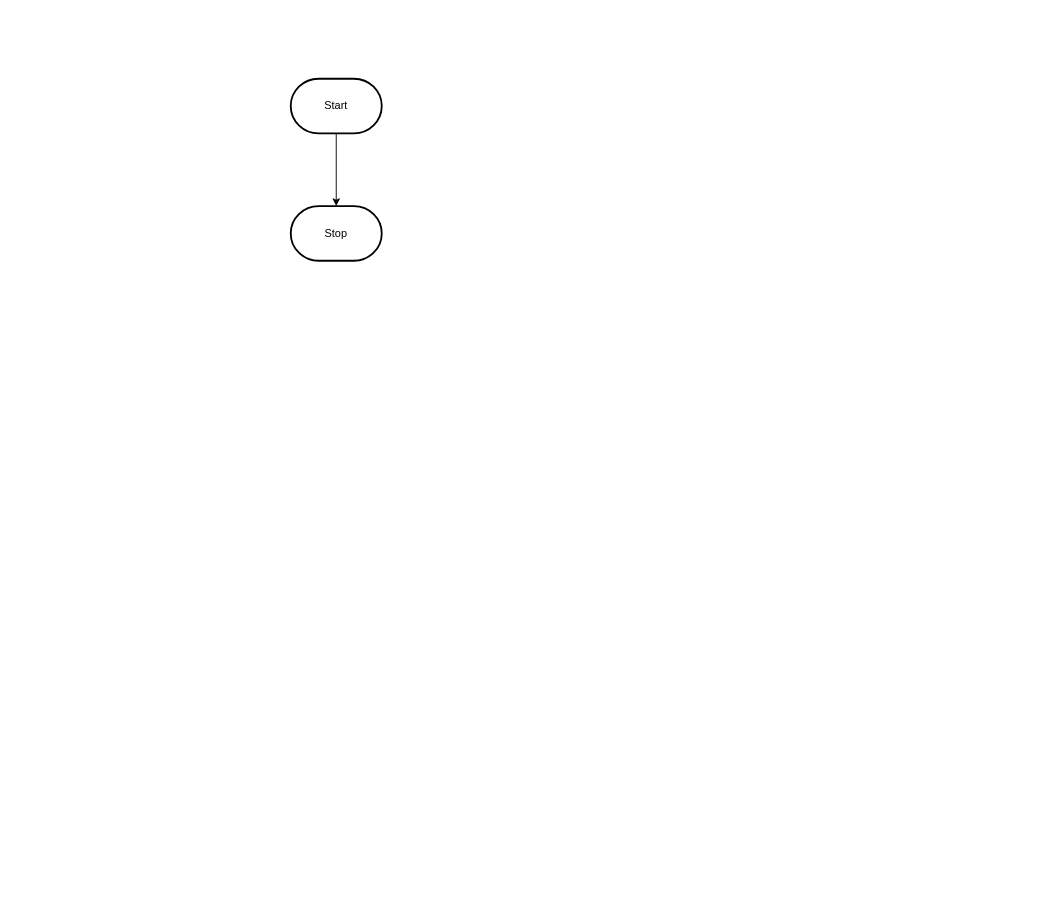
MTHS-TEJ2O-1-2023/TEJ2O-Unit-2-11-michael-bruneau keeps this draw.io diagram as design/flowchart.drawio. Above is the earlier version. Source tidied: cells renumbered, new cells numbered last; positions are measured from the earlier drawing's top-left corner, leaving out a move shared by most shapes. Both pictures are drawn from the tidied source at 91%, with x=0, y=0 at pixel (290, 78).
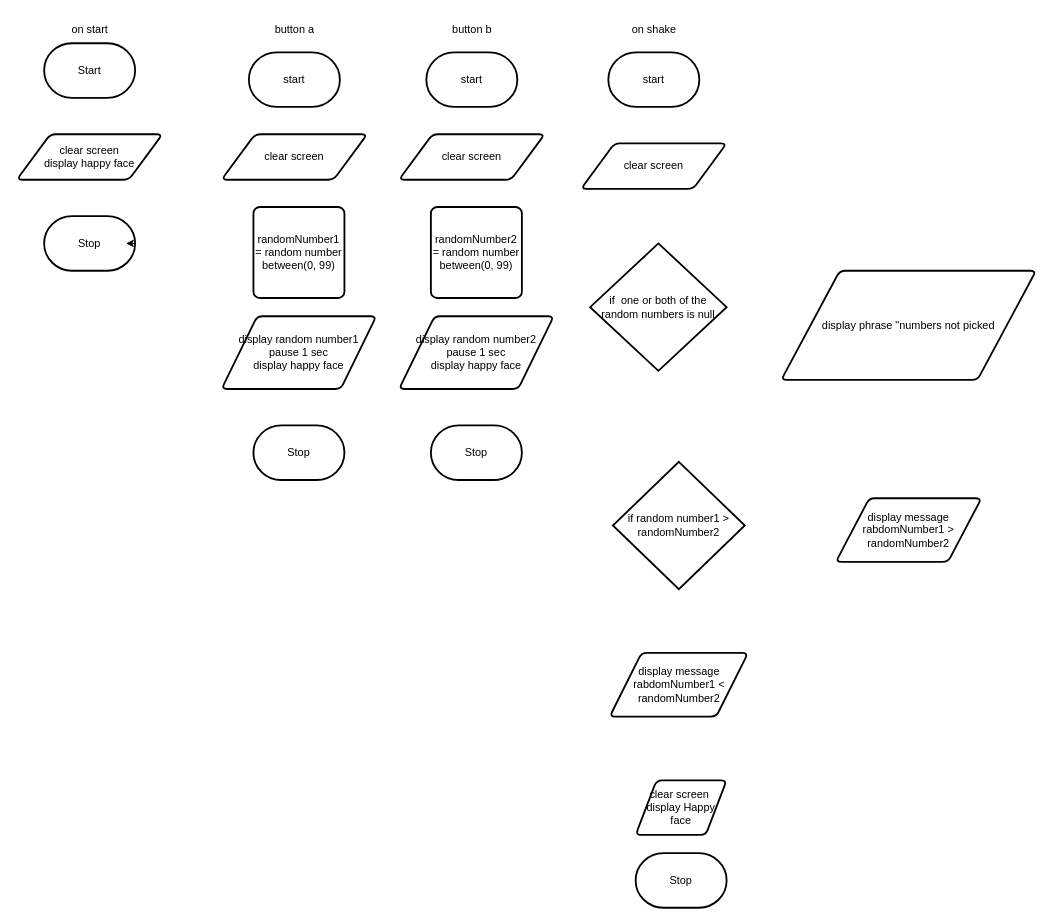
Above is the later version.

What changed in the source:
```diff
@@
-    <mxCell id="2" style="edgeStyle=orthogonalEdgeStyle;html=1;rounded=0;" parent="1" edge="1" source="3" target="4">
-      <mxGeometry relative="1" as="geometry" />
-    </mxCell>
     <mxCell id="3" value="Start" style="strokeWidth=2;html=1;shape=mxgraph.flowchart.terminator;whiteSpace=wrap;" parent="1" vertex="1">
-      <mxGeometry width="100" height="60" as="geometry" />
+      <mxGeometry x="-271" y="-39" width="100" height="60" as="geometry" />
     </mxCell>
     <mxCell id="4" value="Stop" style="strokeWidth=2;html=1;shape=mxgraph.flowchart.terminator;whiteSpace=wrap;" parent="1" vertex="1">
-      <mxGeometry y="140" width="100" height="60" as="geometry" />
+      <mxGeometry x="-271" y="151" width="100" height="60" as="geometry" />
     </mxCell>
+    <mxCell id="2" value="clear screen&lt;br&gt;display happy face" style="shape=parallelogram;html=1;strokeWidth=2;perimeter=parallelogramPerimeter;whiteSpace=wrap;rounded=1;arcSize=12;size=0.23;" parent="1" vertex="1">
+      <mxGeometry x="-301" y="61" width="160" height="50" as="geometry" />
+    </mxCell>
+    <mxCell id="5" value="on start" style="text;html=1;align=center;verticalAlign=middle;strokeColor=none;fillColor=none;" parent="1" vertex="1">
+      <mxGeometry x="-251" y="-69" width="60" height="30" as="geometry" />
+    </mxCell>
+    <mxCell id="6" value="start" style="strokeWidth=2;html=1;shape=mxgraph.flowchart.terminator;whiteSpace=wrap;" parent="1" vertex="1">
+      <mxGeometry x="-46" y="-29" width="100" height="60" as="geometry" />
+    </mxCell>
+    <mxCell id="7" value="Stop" style="strokeWidth=2;html=1;shape=mxgraph.flowchart.terminator;whiteSpace=wrap;" parent="1" vertex="1">
+      <mxGeometry x="-41" y="381" width="100" height="60" as="geometry" />
+    </mxCell>
+    <mxCell id="8" value="button a" style="text;html=1;align=center;verticalAlign=middle;strokeColor=none;fillColor=none;" parent="1" vertex="1">
+      <mxGeometry x="-31" y="-69" width="70" height="30" as="geometry" />
+    </mxCell>
+    <mxCell id="9" value="clear screen&lt;br&gt;" style="shape=parallelogram;html=1;strokeWidth=2;perimeter=parallelogramPerimeter;whiteSpace=wrap;rounded=1;arcSize=12;size=0.23;" parent="1" vertex="1">
+      <mxGeometry x="-76" y="61" width="160" height="50" as="geometry" />
+    </mxCell>
+    <mxCell id="10" style="edgeStyle=none;html=1;exitX=1;exitY=0.5;exitDx=0;exitDy=0;exitPerimeter=0;entryX=0.9;entryY=0.5;entryDx=0;entryDy=0;entryPerimeter=0;" parent="1" edge="1" source="4" target="4">
+      <mxGeometry relative="1" as="geometry" />
+    </mxCell>
+    <mxCell id="11" value="randomNumber1 = random number between(0, 99)" style="rounded=1;whiteSpace=wrap;html=1;absoluteArcSize=1;arcSize=14;strokeWidth=2;" parent="1" vertex="1">
+      <mxGeometry x="-41" y="141" width="100" height="100" as="geometry" />
+    </mxCell>
+    <mxCell id="12" value="display random number1&lt;br&gt;pause 1 sec&lt;br&gt;display happy face" style="shape=parallelogram;html=1;strokeWidth=2;perimeter=parallelogramPerimeter;whiteSpace=wrap;rounded=1;arcSize=12;size=0.23;" parent="1" vertex="1">
+      <mxGeometry x="-76" y="261" width="170" height="80" as="geometry" />
+    </mxCell>
+    <mxCell id="13" value="start" style="strokeWidth=2;html=1;shape=mxgraph.flowchart.terminator;whiteSpace=wrap;" parent="1" vertex="1">
+      <mxGeometry x="149" y="-29" width="100" height="60" as="geometry" />
+    </mxCell>
+    <mxCell id="14" value="Stop" style="strokeWidth=2;html=1;shape=mxgraph.flowchart.terminator;whiteSpace=wrap;" parent="1" vertex="1">
+      <mxGeometry x="154" y="381" width="100" height="60" as="geometry" />
+    </mxCell>
+    <mxCell id="15" value="button b" style="text;html=1;align=center;verticalAlign=middle;strokeColor=none;fillColor=none;" parent="1" vertex="1">
+      <mxGeometry x="164" y="-69" width="70" height="30" as="geometry" />
+    </mxCell>
+    <mxCell id="16" value="clear screen&lt;br&gt;" style="shape=parallelogram;html=1;strokeWidth=2;perimeter=parallelogramPerimeter;whiteSpace=wrap;rounded=1;arcSize=12;size=0.23;" parent="1" vertex="1">
+      <mxGeometry x="119" y="61" width="160" height="50" as="geometry" />
+    </mxCell>
+    <mxCell id="17" value="randomNumber2 = random number between(0, 99)" style="rounded=1;whiteSpace=wrap;html=1;absoluteArcSize=1;arcSize=14;strokeWidth=2;" parent="1" vertex="1">
+      <mxGeometry x="154" y="141" width="100" height="100" as="geometry" />
+    </mxCell>
+    <mxCell id="18" value="display random number2&lt;br&gt;pause 1 sec&lt;br&gt;display happy face" style="shape=parallelogram;html=1;strokeWidth=2;perimeter=parallelogramPerimeter;whiteSpace=wrap;rounded=1;arcSize=12;size=0.23;" parent="1" vertex="1">
+      <mxGeometry x="119" y="261" width="170" height="80" as="geometry" />
+    </mxCell>
+    <mxCell id="19" value="Stop" style="strokeWidth=2;html=1;shape=mxgraph.flowchart.terminator;whiteSpace=wrap;" parent="1" vertex="1">
+      <mxGeometry x="379" y="851" width="100" height="60" as="geometry" />
+    </mxCell>
+    <mxCell id="20" value="start" style="strokeWidth=2;html=1;shape=mxgraph.flowchart.terminator;whiteSpace=wrap;" parent="1" vertex="1">
+      <mxGeometry x="349" y="-29" width="100" height="60" as="geometry" />
+    </mxCell>
+    <mxCell id="21" value="on shake" style="text;html=1;align=center;verticalAlign=middle;strokeColor=none;fillColor=none;" parent="1" vertex="1">
+      <mxGeometry x="364" y="-69" width="70" height="30" as="geometry" />
+    </mxCell>
+    <mxCell id="22" value="clear screen&lt;br&gt;" style="shape=parallelogram;html=1;strokeWidth=2;perimeter=parallelogramPerimeter;whiteSpace=wrap;rounded=1;arcSize=12;size=0.23;" parent="1" vertex="1">
+      <mxGeometry x="319" y="71" width="160" height="50" as="geometry" />
+    </mxCell>
+    <mxCell id="23" value="if&amp;nbsp; one or both of the random numbers is null" style="strokeWidth=2;html=1;shape=mxgraph.flowchart.decision;whiteSpace=wrap;" parent="1" vertex="1">
+      <mxGeometry x="329" y="181" width="150" height="140" as="geometry" />
+    </mxCell>
+    <mxCell id="24" value="display phrase &quot;numbers not picked" style="shape=parallelogram;html=1;strokeWidth=2;perimeter=parallelogramPerimeter;whiteSpace=wrap;rounded=1;arcSize=12;size=0.23;" parent="1" vertex="1">
+      <mxGeometry x="539" y="211" width="280" height="120" as="geometry" />
+    </mxCell>
+    <mxCell id="25" value="if random number1 &amp;gt; randomNumber2" style="strokeWidth=2;html=1;shape=mxgraph.flowchart.decision;whiteSpace=wrap;" parent="1" vertex="1">
+      <mxGeometry x="354" y="421" width="145" height="140" as="geometry" />
+    </mxCell>
+    <mxCell id="26" value="display message rabdomNumber1 &amp;gt; randomNumber2" style="shape=parallelogram;html=1;strokeWidth=2;perimeter=parallelogramPerimeter;whiteSpace=wrap;rounded=1;arcSize=12;size=0.23;" parent="1" vertex="1">
+      <mxGeometry x="599" y="461" width="160" height="70" as="geometry" />
+    </mxCell>
+    <mxCell id="27" value="display message rabdomNumber1 &amp;lt; randomNumber2" style="shape=parallelogram;html=1;strokeWidth=2;perimeter=parallelogramPerimeter;whiteSpace=wrap;rounded=1;arcSize=12;size=0.23;" parent="1" vertex="1">
+      <mxGeometry x="350.5" y="631" width="152" height="70" as="geometry" />
+    </mxCell>
+    <mxCell id="28" value="clear screen&amp;nbsp;&lt;br&gt;display Happy face" style="shape=parallelogram;html=1;strokeWidth=2;perimeter=parallelogramPerimeter;whiteSpace=wrap;rounded=1;arcSize=12;size=0.23;" parent="1" vertex="1">
+      <mxGeometry x="379" y="771" width="100" height="60" as="geometry" />
+    </mxCell>
```
